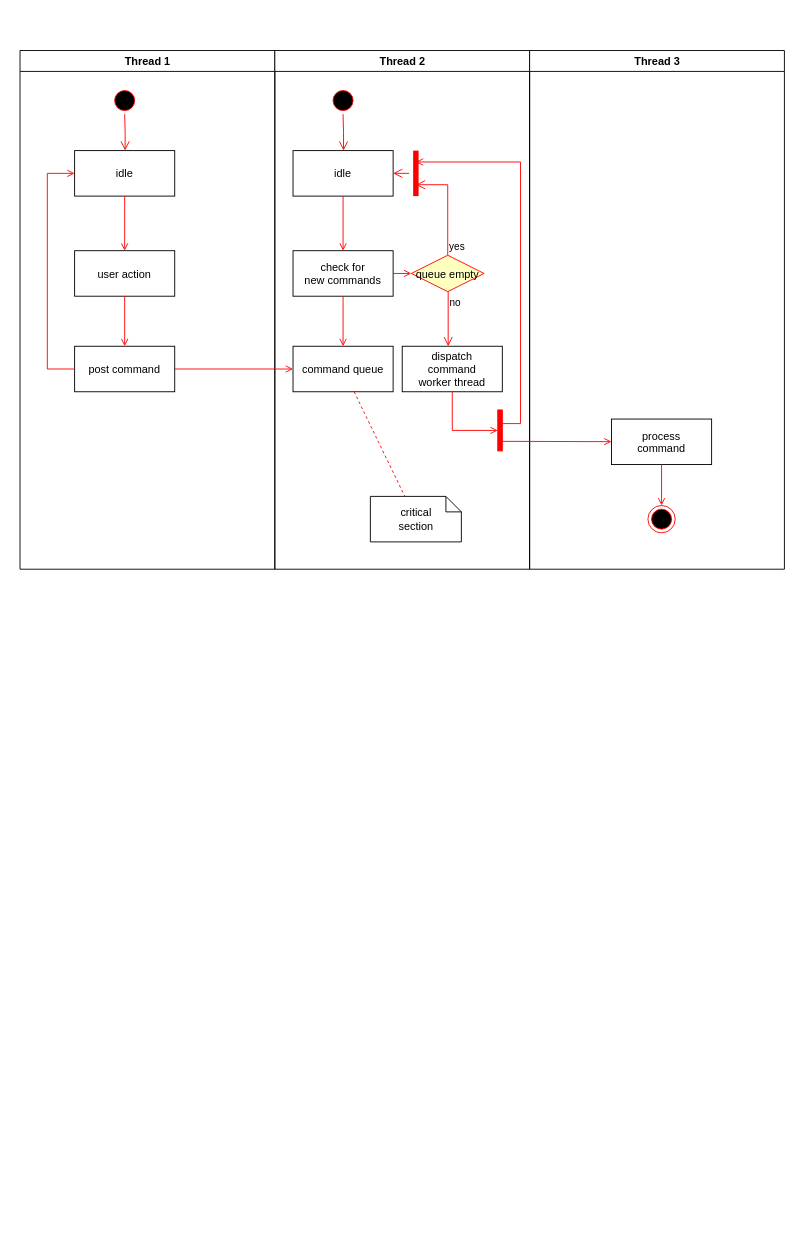
Before: Untitled Diagram.drawio in SupandiZhuo/ActivityDiagram, a draw.io diagram. Source tidied: cells renumbered, new cells numbered last; positions are measured from the earlier drawing's top-left corner, leaving out a move shared by most shapes. Both pictures are drawn from the tidied source at 91%, with x=0, y=0 at pixel (19, 50).
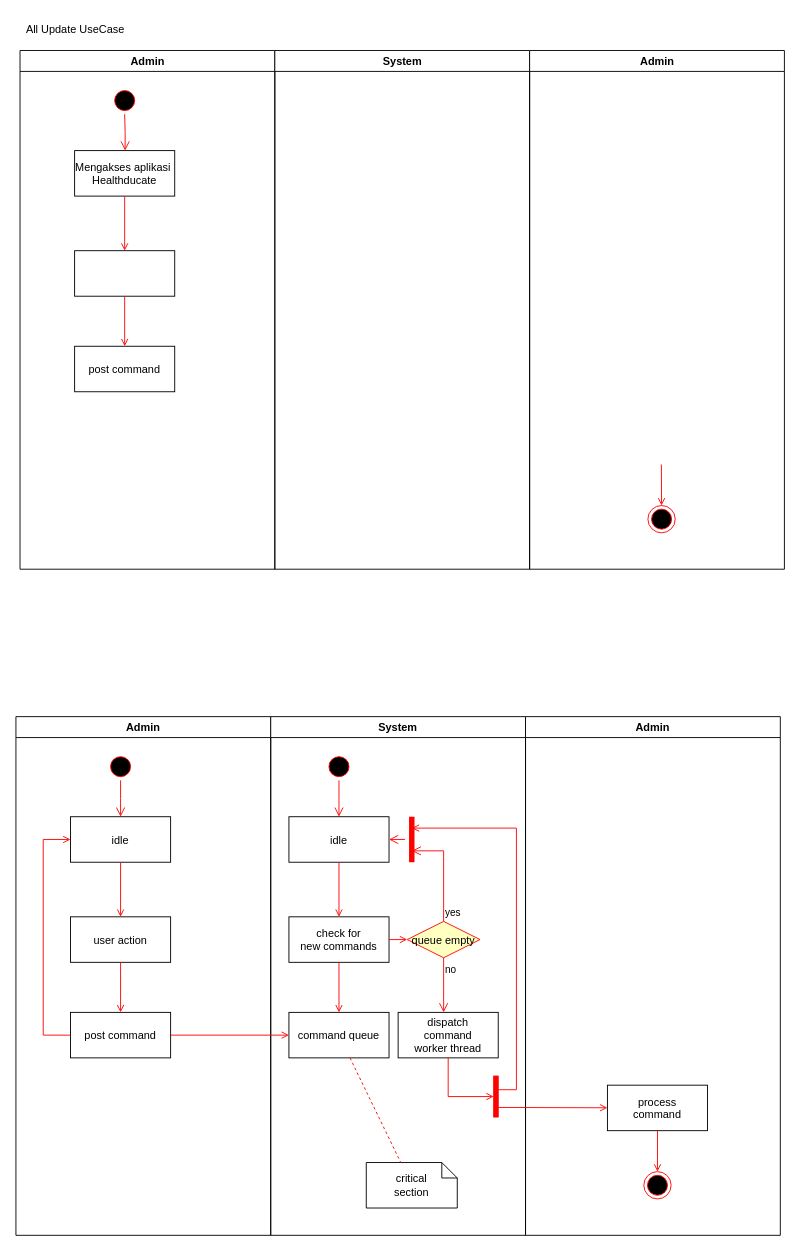
The same diagram, later.

Unchanged cells that the change refers to:
```xml
<mxCell id="8" value="post command" parent="2" vertex="1">
  <mxGeometry x="60" y="325" width="110" height="50" as="geometry" />
</mxCell>
```

Diff of the diagram source:
```diff
@@
+    <mxCell id="37" value="All Update UseCase" style="text;html=1;align=center;verticalAlign=middle;strokeColor=none;fillColor=none;" parent="1" vertex="1">
+      <mxGeometry x="-4" y="-38" width="130" height="30" as="geometry" />
+    </mxCell>
+    <mxCell id="38" style="group;" parent="1" vertex="1">
+      <mxGeometry x="0.5" width="840" height="570" as="geometry" />
+    </mxCell>
-    <mxCell id="2" value="Thread 1" style="swimlane;whiteSpace=wrap;" parent="1" vertex="1">
-      <mxGeometry x="0.5" width="280" height="570" as="geometry" />
+    <mxCell id="2" value="Admin" style="swimlane;whiteSpace=wrap;" parent="38" vertex="1">
+      <mxGeometry width="280" height="570" as="geometry" />
     </mxCell>
@@
-    <mxCell id="5" value="idle" parent="2" vertex="1">
+    <mxCell id="5" value="Mengakses aplikasi &#10;Healthducate" parent="2" vertex="1">
       <mxGeometry x="60" y="110" width="110" height="50" as="geometry" />
     </mxCell>
-    <mxCell id="6" value="user action" parent="2" vertex="1">
+    <mxCell id="6" parent="2" vertex="1">
       <mxGeometry x="60" y="220" width="110" height="50" as="geometry" />
     </mxCell>
@@
-    <mxCell id="10" style="edgeStyle=elbowEdgeStyle;elbow=horizontal;strokeColor=#FF0000;endArrow=open;endFill=1;rounded=0;" parent="2" edge="1" source="8" target="5">
-      <mxGeometry relative="1" as="geometry">
-        <Array as="points">
-          <mxPoint x="30" y="250" />
-        </Array>
-      </mxGeometry>
-    </mxCell>
-    <mxCell id="11" value="Thread 2" style="swimlane;whiteSpace=wrap;" parent="1" vertex="1">
-      <mxGeometry x="280.5" width="280" height="570" as="geometry" />
+    <mxCell id="11" value="System" style="swimlane;whiteSpace=wrap;" parent="38" vertex="1">
+      <mxGeometry x="280" width="280" height="570" as="geometry" />
     </mxCell>
+    <mxCell id="30" value="Admin" style="swimlane;whiteSpace=wrap;" parent="38" vertex="1">
+      <mxGeometry x="560" width="280" height="570" as="geometry" />
+    </mxCell>
+    <mxCell id="34" style="ellipse;shape=endState;fillColor=#000000;strokeColor=#ff0000;" parent="30" vertex="1">
+      <mxGeometry x="130" y="500" width="30" height="30" as="geometry" />
+    </mxCell>
+    <mxCell id="35" style="endArrow=open;strokeColor=#FF0000;endFill=1;rounded=0;" parent="30" edge="1" target="34">
+      <mxGeometry relative="1" as="geometry">
+        <mxPoint x="144.8" y="455" as="sourcePoint" />
+      </mxGeometry>
+    </mxCell>
+    <mxCell id="39" style="group;" parent="1" vertex="1">
+      <mxGeometry x="-4" y="732" width="840" height="570" as="geometry" />
+    </mxCell>
+    <mxCell id="40" value="Admin" style="swimlane;whiteSpace=wrap;" parent="39" vertex="1">
+      <mxGeometry width="280" height="570" as="geometry" />
+    </mxCell>
+    <mxCell id="41" style="ellipse;shape=startState;fillColor=#000000;strokeColor=#ff0000;" parent="40" vertex="1">
+      <mxGeometry x="100" y="40" width="30" height="30" as="geometry" />
+    </mxCell>
+    <mxCell id="42" style="edgeStyle=elbowEdgeStyle;elbow=horizontal;verticalAlign=bottom;endArrow=open;endSize=8;strokeColor=#FF0000;endFill=1;rounded=0;" parent="40" edge="1" source="41" target="43">
+      <mxGeometry x="100" y="40" as="geometry" />
+    </mxCell>
+    <mxCell id="43" value="idle" parent="40" vertex="1">
+      <mxGeometry x="60" y="110" width="110" height="50" as="geometry" />
+    </mxCell>
+    <mxCell id="44" value="user action" parent="40" vertex="1">
+      <mxGeometry x="60" y="220" width="110" height="50" as="geometry" />
+    </mxCell>
+    <mxCell id="45" style="endArrow=open;strokeColor=#FF0000;endFill=1;rounded=0;" parent="40" edge="1" source="43" target="44">
+      <mxGeometry relative="1" as="geometry" />
+    </mxCell>
+    <mxCell id="46" value="post command" parent="40" vertex="1">
+      <mxGeometry x="60" y="325" width="110" height="50" as="geometry" />
+    </mxCell>
+    <mxCell id="47" style="endArrow=open;strokeColor=#FF0000;endFill=1;rounded=0;" parent="40" edge="1" source="44" target="46">
+      <mxGeometry relative="1" as="geometry" />
+    </mxCell>
+    <mxCell id="48" style="edgeStyle=elbowEdgeStyle;elbow=horizontal;strokeColor=#FF0000;endArrow=open;endFill=1;rounded=0;" parent="40" edge="1" source="46" target="43">
+      <mxGeometry relative="1" as="geometry">
+        <Array as="points">
+          <mxPoint x="30" y="250" />
+        </Array>
+      </mxGeometry>
+    </mxCell>
+    <mxCell id="49" value="System" style="swimlane;whiteSpace=wrap;" parent="39" vertex="1">
+      <mxGeometry x="280" width="280" height="570" as="geometry" />
+    </mxCell>
-    <mxCell id="12" style="ellipse;shape=startState;fillColor=#000000;strokeColor=#ff0000;" parent="11" vertex="1">
+    <mxCell id="12" style="ellipse;shape=startState;fillColor=#000000;strokeColor=#ff0000;" parent="49" vertex="1">
       <mxGeometry x="60" y="40" width="30" height="30" as="geometry" />
     </mxCell>
-    <mxCell id="13" style="edgeStyle=elbowEdgeStyle;elbow=horizontal;verticalAlign=bottom;endArrow=open;endSize=8;strokeColor=#FF0000;endFill=1;rounded=0;" parent="11" edge="1" source="12" target="14">
+    <mxCell id="13" style="edgeStyle=elbowEdgeStyle;elbow=horizontal;verticalAlign=bottom;endArrow=open;endSize=8;strokeColor=#FF0000;endFill=1;rounded=0;" parent="49" edge="1" source="12" target="14">
       <mxGeometry x="40" y="20" as="geometry" />
     </mxCell>
-    <mxCell id="14" value="idle" parent="11" vertex="1">
+    <mxCell id="14" value="idle" parent="49" vertex="1">
       <mxGeometry x="20" y="110" width="110" height="50" as="geometry" />
     </mxCell>
-    <mxCell id="15" value="check for &#10;new commands" parent="11" vertex="1">
+    <mxCell id="15" value="check for &#10;new commands" parent="49" vertex="1">
       <mxGeometry x="20" y="220" width="110" height="50" as="geometry" />
     </mxCell>
-    <mxCell id="16" style="endArrow=open;strokeColor=#FF0000;endFill=1;rounded=0;" parent="11" edge="1" source="14" target="15">
+    <mxCell id="16" style="endArrow=open;strokeColor=#FF0000;endFill=1;rounded=0;" parent="49" edge="1" source="14" target="15">
       <mxGeometry relative="1" as="geometry" />
     </mxCell>
-    <mxCell id="17" value="command queue" parent="11" vertex="1">
+    <mxCell id="17" value="command queue" parent="49" vertex="1">
       <mxGeometry x="20" y="325" width="110" height="50" as="geometry" />
     </mxCell>
-    <mxCell id="18" style="endArrow=open;strokeColor=#FF0000;endFill=1;rounded=0;" parent="11" edge="1" source="15" target="17">
+    <mxCell id="18" style="endArrow=open;strokeColor=#FF0000;endFill=1;rounded=0;" parent="49" edge="1" source="15" target="17">
       <mxGeometry relative="1" as="geometry" />
     </mxCell>
-    <mxCell id="19" value="queue empty" style="rhombus;fillColor=#ffffc0;strokeColor=#ff0000;" parent="11" vertex="1">
+    <mxCell id="19" value="queue empty" style="rhombus;fillColor=#ffffc0;strokeColor=#ff0000;" parent="49" vertex="1">
       <mxGeometry x="150" y="225" width="80" height="40" as="geometry" />
     </mxCell>
-    <mxCell id="20" value="yes" style="edgeStyle=elbowEdgeStyle;elbow=horizontal;align=left;verticalAlign=bottom;endArrow=open;endSize=8;strokeColor=#FF0000;exitX=0.5;exitY=0;endFill=1;rounded=0;entryX=0.75;entryY=0.5;entryPerimeter=0;" parent="11" edge="1" source="19" target="23">
+    <mxCell id="20" value="yes" style="edgeStyle=elbowEdgeStyle;elbow=horizontal;align=left;verticalAlign=bottom;endArrow=open;endSize=8;strokeColor=#FF0000;exitX=0.5;exitY=0;endFill=1;rounded=0;entryX=0.75;entryY=0.5;entryPerimeter=0;" parent="49" edge="1" source="19" target="23">
       <mxGeometry x="-1" relative="1" as="geometry">
         <Array as="points">
           <mxPoint x="190" y="180" />
         </Array>
       </mxGeometry>
     </mxCell>
-    <mxCell id="21" value="no" style="edgeStyle=elbowEdgeStyle;elbow=horizontal;align=left;verticalAlign=top;endArrow=open;endSize=8;strokeColor=#FF0000;endFill=1;rounded=0;" parent="11" edge="1" source="19" target="25">
+    <mxCell id="21" value="no" style="edgeStyle=elbowEdgeStyle;elbow=horizontal;align=left;verticalAlign=top;endArrow=open;endSize=8;strokeColor=#FF0000;endFill=1;rounded=0;" parent="49" edge="1" source="19" target="25">
       <mxGeometry x="-1" relative="1" as="geometry" />
     </mxCell>
-    <mxCell id="22" style="endArrow=open;strokeColor=#FF0000;endFill=1;rounded=0;" parent="11" edge="1" source="15" target="19">
+    <mxCell id="22" style="endArrow=open;strokeColor=#FF0000;endFill=1;rounded=0;" parent="49" edge="1" source="15" target="19">
       <mxGeometry relative="1" as="geometry" />
     </mxCell>
-    <mxCell id="23" style="shape=line;strokeWidth=6;strokeColor=#ff0000;rotation=90;" parent="11" vertex="1">
+    <mxCell id="23" style="shape=line;strokeWidth=6;strokeColor=#ff0000;rotation=90;" parent="49" vertex="1">
       <mxGeometry x="130" y="127.5" width="50" height="15" as="geometry" />
     </mxCell>
-    <mxCell id="24" style="edgeStyle=elbowEdgeStyle;elbow=horizontal;verticalAlign=bottom;endArrow=open;endSize=8;strokeColor=#FF0000;endFill=1;rounded=0;" parent="11" edge="1" source="23" target="14">
+    <mxCell id="24" style="edgeStyle=elbowEdgeStyle;elbow=horizontal;verticalAlign=bottom;endArrow=open;endSize=8;strokeColor=#FF0000;endFill=1;rounded=0;" parent="49" edge="1" source="23" target="14">
       <mxGeometry x="130" y="90" as="geometry" />
     </mxCell>
-    <mxCell id="25" value="dispatch&#10;command&#10;worker thread" parent="11" vertex="1">
+    <mxCell id="25" value="dispatch&#10;command&#10;worker thread" parent="49" vertex="1">
       <mxGeometry x="140" y="325" width="110" height="50" as="geometry" />
     </mxCell>
-    <mxCell id="26" value="critical&#10;section" style="shape=note;whiteSpace=wrap;size=17;" parent="11" vertex="1">
+    <mxCell id="26" value="critical&#10;section" style="shape=note;whiteSpace=wrap;size=17;" parent="49" vertex="1">
       <mxGeometry x="105" y="490" width="100" height="50" as="geometry" />
     </mxCell>
-    <mxCell id="27" style="endArrow=none;strokeColor=#FF0000;endFill=0;rounded=0;dashed=1;" parent="11" edge="1" source="17" target="26">
+    <mxCell id="27" style="endArrow=none;strokeColor=#FF0000;endFill=0;rounded=0;dashed=1;" parent="49" edge="1" source="17" target="26">
       <mxGeometry relative="1" as="geometry" />
     </mxCell>
-    <mxCell id="28" style="whiteSpace=wrap;strokeColor=#FF0000;fillColor=#FF0000;" parent="11" vertex="1">
+    <mxCell id="28" style="whiteSpace=wrap;strokeColor=#FF0000;fillColor=#FF0000;" parent="49" vertex="1">
       <mxGeometry x="245" y="395" width="5" height="45" as="geometry" />
     </mxCell>
-    <mxCell id="29" style="edgeStyle=elbowEdgeStyle;elbow=horizontal;entryX=0;entryY=0.5;strokeColor=#FF0000;endArrow=open;endFill=1;rounded=0;" parent="11" edge="1" source="25" target="28">
+    <mxCell id="29" style="edgeStyle=elbowEdgeStyle;elbow=horizontal;entryX=0;entryY=0.5;strokeColor=#FF0000;endArrow=open;endFill=1;rounded=0;" parent="49" edge="1" source="25" target="28">
       <mxGeometry relative="1" as="geometry">
         <Array as="points">
           <mxPoint x="195" y="400" />
         </Array>
       </mxGeometry>
     </mxCell>
-    <mxCell id="30" value="Thread 3" style="swimlane;whiteSpace=wrap;" parent="1" vertex="1">
-      <mxGeometry x="560.5" width="280" height="570" as="geometry" />
-    </mxCell>
+    <mxCell id="50" value="Admin" style="swimlane;whiteSpace=wrap;" parent="39" vertex="1">
+      <mxGeometry x="560" width="280" height="570" as="geometry" />
+    </mxCell>
-    <mxCell id="31" value="process&#10;command" parent="30" vertex="1">
+    <mxCell id="31" value="process&#10;command" parent="50" vertex="1">
       <mxGeometry x="90" y="405" width="110" height="50" as="geometry" />
     </mxCell>
-    <mxCell id="32" style="edgeStyle=elbowEdgeStyle;elbow=horizontal;strokeColor=#FF0000;endArrow=open;endFill=1;rounded=0;entryX=0.25;entryY=0.5;entryPerimeter=0;" parent="30" edge="1" target="23">
-      <mxGeometry relative="1" as="geometry">
-        <mxPoint x="-30" y="410" as="sourcePoint" />
-        <Array as="points">
-          <mxPoint x="-10" y="135" />
-        </Array>
-      </mxGeometry>
-    </mxCell>
-    <mxCell id="33" style="edgeStyle=none;strokeColor=#FF0000;endArrow=open;endFill=1;rounded=0;" parent="30" edge="1" target="31">
-      <mxGeometry relative="1" as="geometry">
-        <mxPoint x="-30" y="429.5" as="sourcePoint" />
-      </mxGeometry>
-    </mxCell>
-    <mxCell id="34" style="ellipse;shape=endState;fillColor=#000000;strokeColor=#ff0000;" parent="30" vertex="1">
-      <mxGeometry x="130" y="500" width="30" height="30" as="geometry" />
-    </mxCell>
-    <mxCell id="35" style="endArrow=open;strokeColor=#FF0000;endFill=1;rounded=0;" parent="30" edge="1" source="31" target="34">
-      <mxGeometry relative="1" as="geometry" />
-    </mxCell>
-    <mxCell id="36" style="endArrow=open;strokeColor=#FF0000;endFill=1;rounded=0;" parent="1" edge="1" source="8" target="17">
-      <mxGeometry relative="1" as="geometry" />
-    </mxCell>
+    <mxCell id="51" style="edgeStyle=elbowEdgeStyle;elbow=horizontal;strokeColor=#FF0000;endArrow=open;endFill=1;rounded=0;entryX=0.25;entryY=0.5;entryPerimeter=0;" parent="50" edge="1" target="23">
+      <mxGeometry relative="1" as="geometry">
+        <mxPoint x="-30" y="410" as="sourcePoint" />
+        <Array as="points">
+          <mxPoint x="-10" y="135" />
+        </Array>
+      </mxGeometry>
+    </mxCell>
+    <mxCell id="52" style="edgeStyle=none;strokeColor=#FF0000;endArrow=open;endFill=1;rounded=0;" parent="50" edge="1" target="31">
+      <mxGeometry relative="1" as="geometry">
+        <mxPoint x="-30" y="429.5" as="sourcePoint" />
+      </mxGeometry>
+    </mxCell>
+    <mxCell id="53" style="ellipse;shape=endState;fillColor=#000000;strokeColor=#ff0000;" parent="50" vertex="1">
+      <mxGeometry x="130" y="500" width="30" height="30" as="geometry" />
+    </mxCell>
+    <mxCell id="54" style="endArrow=open;strokeColor=#FF0000;endFill=1;rounded=0;" parent="50" edge="1" source="31" target="53">
+      <mxGeometry relative="1" as="geometry" />
+    </mxCell>
+    <mxCell id="55" style="endArrow=open;strokeColor=#FF0000;endFill=1;rounded=0;" parent="39" edge="1" source="46" target="17">
+      <mxGeometry relative="1" as="geometry" />
+    </mxCell>
```
